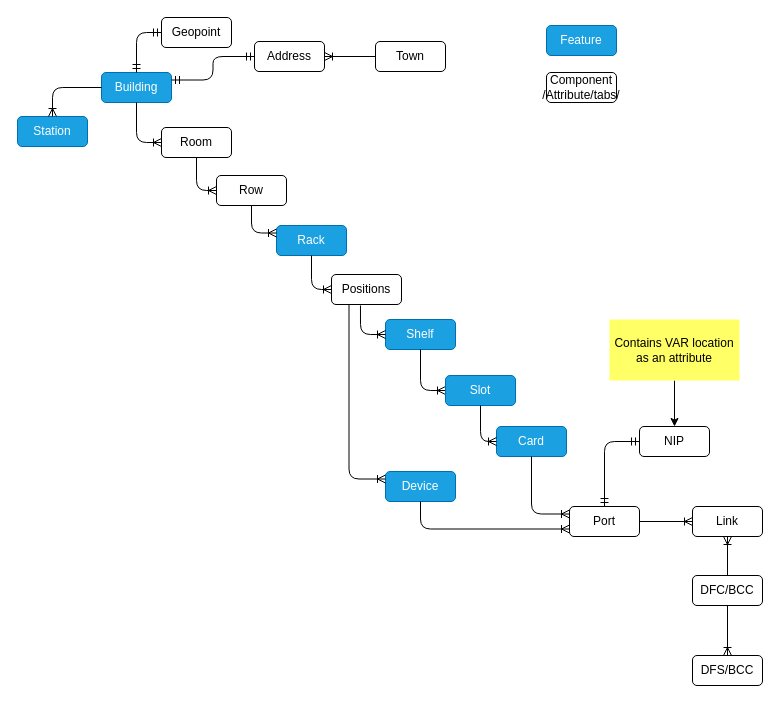
Earlier version of the draw.io diagram page "GIS" (3 of 6) of Untitled Diagram.drawio (dearishtaq/hello-world-old). Source tidied: cells renumbered, new cells numbered last; positions are measured from the earlier drawing's top-left corner, leaving out a move shared by most shapes. Both pictures are drawn from the tidied source at 100%, with x=0, y=0 at pixel (17, 17).
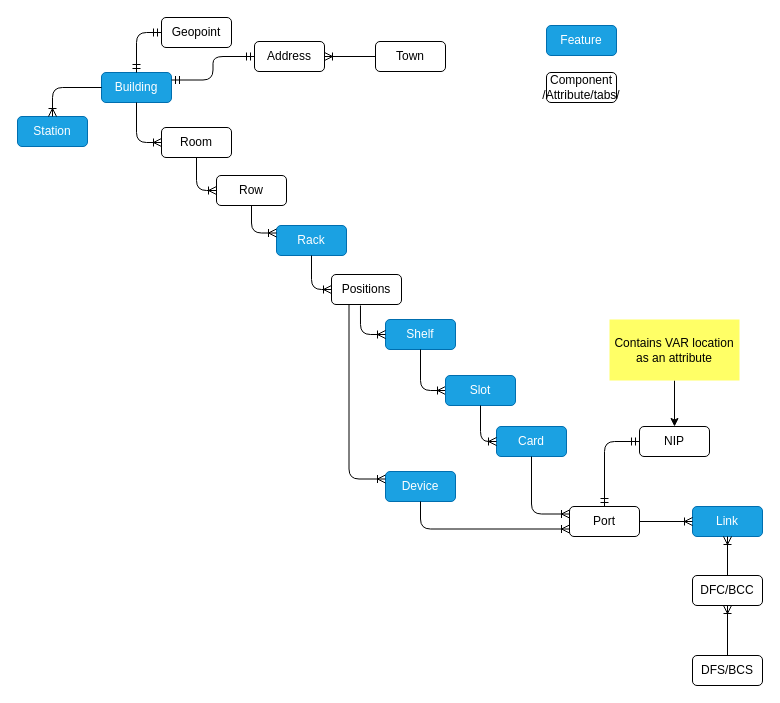
After the change.

The change refers to these unchanged cells:
```xml
<mxCell id="36" value="DFC/BCC" style="rounded=1;whiteSpace=wrap;html=1;" parent="1" vertex="1">
  <mxGeometry x="675" y="558" width="70" height="30" as="geometry" />
</mxCell>
```

Diff of the diagram source:
```diff
@@
-    <mxCell id="3" value="Link" style="rounded=1;whiteSpace=wrap;html=1;" parent="1" vertex="1">
+    <mxCell id="3" value="Link" style="rounded=1;whiteSpace=wrap;html=1;fontColor=#ffffff;strokeColor=#006EAF;fillColor=#1ba1e2;" parent="1" vertex="1">
       <mxGeometry x="675" y="489" width="70" height="30" as="geometry" />
     </mxCell>
@@
-    <mxCell id="37" value="DFS/BCC" style="rounded=1;whiteSpace=wrap;html=1;" parent="1" vertex="1">
+    <mxCell id="37" value="DFS/BCS" style="rounded=1;whiteSpace=wrap;html=1;" parent="1" vertex="1">
       <mxGeometry x="675" y="638" width="70" height="30" as="geometry" />
     </mxCell>
@@
-    <mxCell id="39" style="edgeStyle=orthogonalEdgeStyle;fontSize=12;html=1;endArrow=ERoneToMany;entryX=0.5;entryY=0;entryDx=0;entryDy=0;exitX=0.5;exitY=1;exitDx=0;exitDy=0;" parent="1" edge="1" source="36" target="37">
+    <mxCell id="39" style="edgeStyle=orthogonalEdgeStyle;fontSize=12;html=1;endArrow=ERoneToMany;entryX=0.5;entryY=1;entryDx=0;entryDy=0;exitX=0.5;exitY=0;exitDx=0;exitDy=0;" parent="1" edge="1" source="37" target="36">
       <mxGeometry relative="1" as="geometry" />
     </mxCell>
```
